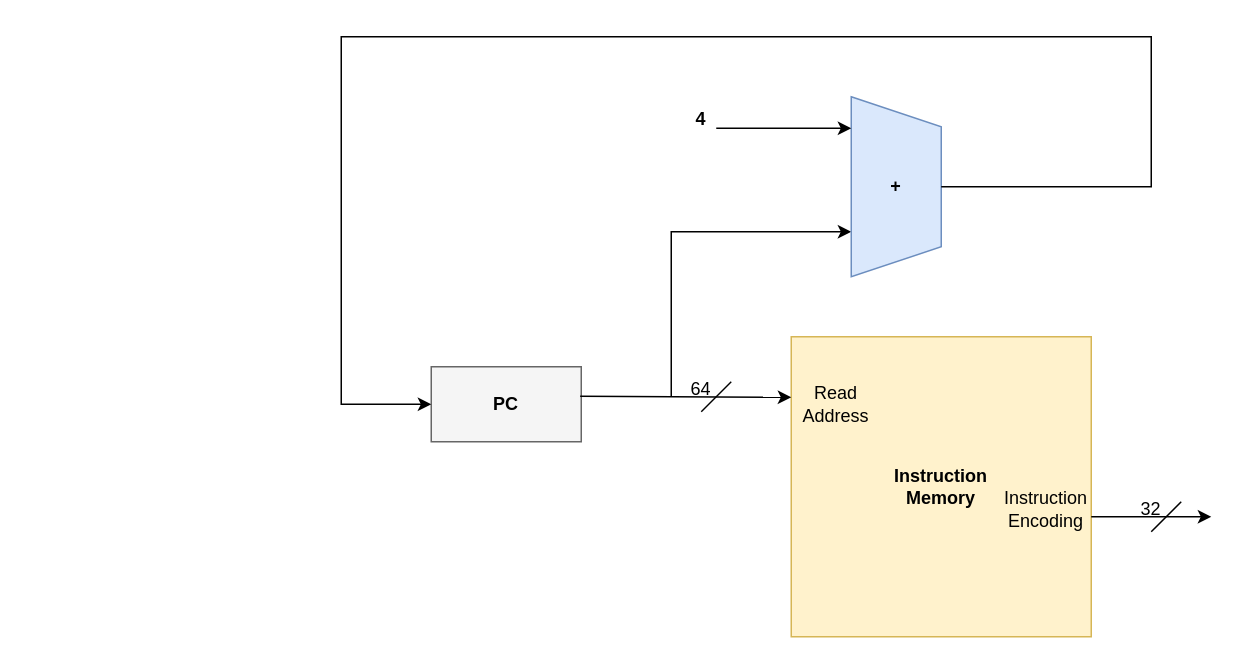
lorenzocarrano/ISA_2021_Group21_Labs keeps this draw.io diagram as LAB3/report/schematic/InstructionMemory_withProgramCounter.drawio. Above is the earlier version. Source tidied: cells renumbered, new cells numbered last; positions are measured from the earlier drawing's top-left corner, leaving out a move shared by most shapes. Both pictures are drawn from the tidied source at 150%, with x=0, y=0 at pixel (340, 36).
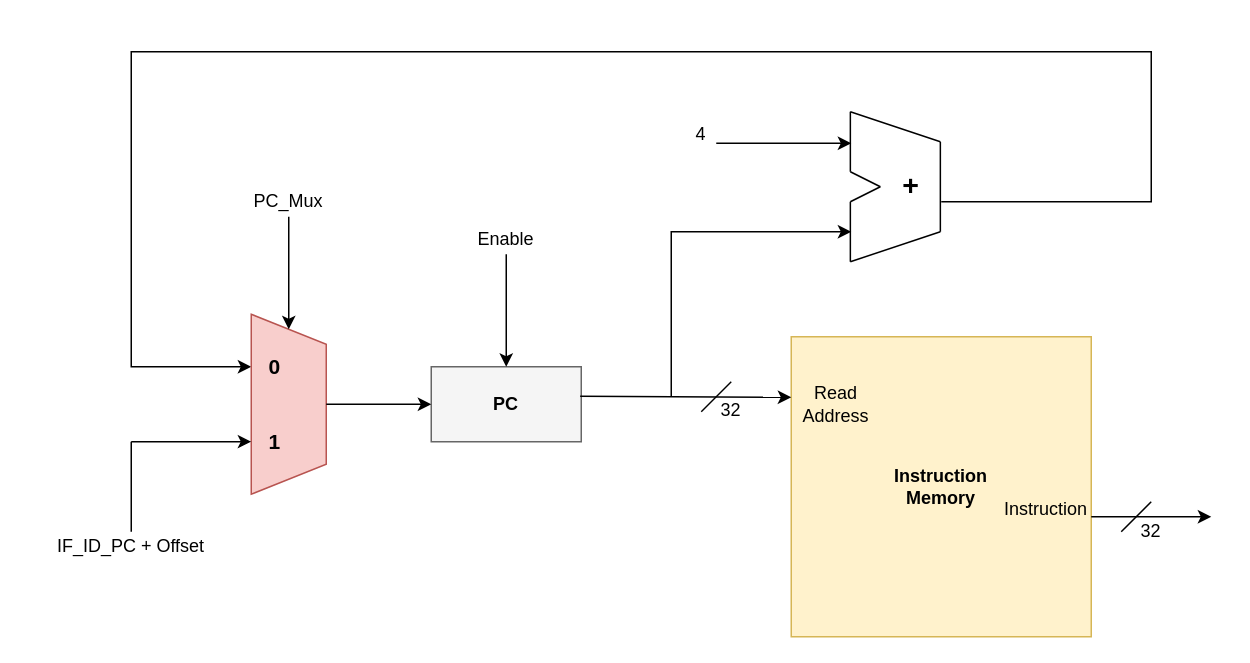
Above is the later version.

Unchanged cells that the change refers to:
```xml
<mxCell id="4" style="rounded=0;whiteSpace=wrap;html=1;fillColor=#f5f5f5;strokeColor=#666666;fontColor=#333333;" parent="1" vertex="1">
  <mxGeometry x="60" y="220" width="100" height="50" as="geometry" />
</mxCell>
```

Change to the diagram source:
```diff
@@
-    <mxCell id="7" value="Instruction Encoding" style="text;html=1;strokeColor=none;fillColor=none;align=center;verticalAlign=middle;whiteSpace=wrap;rounded=0;" parent="1" vertex="1">
+    <mxCell id="7" value="Instruction" style="text;html=1;strokeColor=none;fillColor=none;align=center;verticalAlign=middle;whiteSpace=wrap;rounded=0;" parent="1" vertex="1">
       <mxGeometry x="440" y="300" width="60" height="30" as="geometry" />
     </mxCell>
@@
     <mxCell id="9" style="endArrow=none;html=1;rounded=0;" parent="1" edge="1">
       <mxGeometry relative="1" as="geometry">
-        <mxPoint x="540" y="330" as="sourcePoint" />
-        <mxPoint x="560" y="310" as="targetPoint" />
+        <mxPoint x="520" y="330" as="sourcePoint" />
+        <mxPoint x="540" y="310" as="targetPoint" />
       </mxGeometry>
     </mxCell>
     <mxCell id="10" value="32" style="text;html=1;strokeColor=none;fillColor=none;align=center;verticalAlign=middle;whiteSpace=wrap;rounded=0;" parent="1" vertex="1">
-      <mxGeometry x="510" y="300" width="60" height="30" as="geometry" />
+      <mxGeometry x="510" y="315" width="60" height="30" as="geometry" />
     </mxCell>
-    <mxCell id="11" style="endArrow=classic;html=1;rounded=0;entryX=0.75;entryY=1;entryDx=0;entryDy=0;" parent="1" edge="1" target="13">
+    <mxCell id="11" style="endArrow=classic;html=1;rounded=0;entryX=0.75;entryY=1;entryDx=0;entryDy=0;" parent="1" edge="1">
       <mxGeometry relative="1" as="geometry">
         <mxPoint x="220" y="240" as="sourcePoint" />
+        <mxPoint x="340" y="130" as="targetPoint" />
         <Array as="points">
           <mxPoint x="220" y="130" />
         </Array>
       </mxGeometry>
     </mxCell>
@@
-    <mxCell id="13" value="&lt;b&gt;+&lt;/b&gt;" style="shape=trapezoid;perimeter=trapezoidPerimeter;whiteSpace=wrap;html=1;fixedSize=1;direction=south;fillColor=#dae8fc;strokeColor=#6c8ebf;" parent="1" vertex="1">
-      <mxGeometry x="340" y="40" width="60" height="120" as="geometry" />
-    </mxCell>
     <mxCell id="14" style="endArrow=classic;html=1;rounded=0;" parent="1" edge="1">
       <mxGeometry relative="1" as="geometry">
-        <mxPoint x="250" y="61" as="sourcePoint" />
-        <mxPoint x="340" y="61" as="targetPoint" />
+        <mxPoint x="250" y="71" as="sourcePoint" />
+        <mxPoint x="340" y="71" as="targetPoint" />
       </mxGeometry>
     </mxCell>
-    <mxCell id="15" value="&lt;b&gt;4&lt;/b&gt;" style="text;html=1;strokeColor=none;fillColor=none;align=center;verticalAlign=middle;whiteSpace=wrap;rounded=0;" parent="1" vertex="1">
-      <mxGeometry x="210" y="40" width="60" height="30" as="geometry" />
+    <mxCell id="15" value="&lt;span&gt;4&lt;/span&gt;" style="text;html=1;strokeColor=none;fillColor=none;align=center;verticalAlign=middle;whiteSpace=wrap;rounded=0;fontStyle=0;" parent="1" vertex="1">
+      <mxGeometry x="210" y="50" width="60" height="30" as="geometry" />
     </mxCell>
-    <mxCell id="16" style="endArrow=classic;html=1;rounded=0;exitX=0.5;exitY=0;exitDx=0;exitDy=0;entryX=0;entryY=0.5;entryDx=0;entryDy=0;" parent="1" edge="1" source="13" target="4">
+    <mxCell id="16" style="endArrow=classic;html=1;rounded=0;exitX=0.5;exitY=0;exitDx=0;exitDy=0;" parent="1" edge="1">
       <mxGeometry relative="1" as="geometry">
+        <mxPoint x="400" y="110" as="sourcePoint" />
+        <mxPoint x="-60" y="220" as="targetPoint" />
         <Array as="points">
-          <mxPoint x="540" y="100" />
-          <mxPoint x="540" />
-          <mxPoint x="60" />
-          <mxPoint />
-          <mxPoint y="245" />
+          <mxPoint x="540" y="110" />
+          <mxPoint x="540" y="10" />
+          <mxPoint x="60" y="10" />
+          <mxPoint x="-140" y="10" />
+          <mxPoint x="-140" y="130" />
+          <mxPoint x="-140" y="220" />
         </Array>
       </mxGeometry>
     </mxCell>
@@
-    <mxCell id="18" value="64" style="text;html=1;strokeColor=none;fillColor=none;align=center;verticalAlign=middle;whiteSpace=wrap;rounded=0;" parent="1" vertex="1">
-      <mxGeometry x="210" y="220" width="60" height="30" as="geometry" />
+    <mxCell id="18" value="32" style="text;html=1;strokeColor=none;fillColor=none;align=center;verticalAlign=middle;whiteSpace=wrap;rounded=0;" parent="1" vertex="1">
+      <mxGeometry x="230" y="234" width="60" height="30" as="geometry" />
     </mxCell>
+    <mxCell id="19" style="shape=trapezoid;perimeter=trapezoidPerimeter;whiteSpace=wrap;html=1;fixedSize=1;direction=south;fillColor=#f8cecc;strokeColor=#b85450;" parent="1" vertex="1">
+      <mxGeometry x="-60" y="185" width="50" height="120" as="geometry" />
+    </mxCell>
+    <mxCell id="20" style="endArrow=classic;html=1;rounded=0;exitX=0.5;exitY=0;exitDx=0;exitDy=0;entryX=0;entryY=0.5;entryDx=0;entryDy=0;" parent="1" edge="1" source="19" target="4">
+      <mxGeometry relative="1" as="geometry" />
+    </mxCell>
+    <mxCell id="21" style="endArrow=classic;html=1;entryX=0;entryY=0.5;entryDx=0;entryDy=0;exitX=0.5;exitY=1;exitDx=0;exitDy=0;" parent="1" edge="1" source="22" target="19">
+      <mxGeometry relative="1" as="geometry" />
+    </mxCell>
+    <mxCell id="22" value="PC_Mux" style="text;html=1;strokeColor=none;fillColor=none;align=center;verticalAlign=middle;whiteSpace=wrap;rounded=0;" parent="1" vertex="1">
+      <mxGeometry x="-55" y="100" width="40" height="20" as="geometry" />
+    </mxCell>
+    <mxCell id="23" style="endArrow=none;html=1;" parent="1" edge="1">
+      <mxGeometry relative="1" as="geometry">
+        <mxPoint x="-140" y="330" as="sourcePoint" />
+        <mxPoint x="-140" y="270" as="targetPoint" />
+        <Array as="points">
+          <mxPoint x="-140" y="320" />
+        </Array>
+      </mxGeometry>
+    </mxCell>
+    <mxCell id="24" style="endArrow=classic;html=1;entryX=0.708;entryY=1;entryDx=0;entryDy=0;entryPerimeter=0;" parent="1" edge="1" target="19">
+      <mxGeometry relative="1" as="geometry">
+        <mxPoint x="-140" y="270" as="sourcePoint" />
+      </mxGeometry>
+    </mxCell>
+    <mxCell id="25" value="IF_ID_PC + Offset" style="text;html=1;strokeColor=none;fillColor=none;align=center;verticalAlign=middle;whiteSpace=wrap;rounded=0;" parent="1" vertex="1">
+      <mxGeometry x="-210" y="330" width="140" height="20" as="geometry" />
+    </mxCell>
+    <mxCell id="26" style="endArrow=classic;html=1;entryX=0;entryY=0.5;entryDx=0;entryDy=0;" parent="1" edge="1">
+      <mxGeometry relative="1" as="geometry">
+        <mxPoint x="110" y="145" as="sourcePoint" />
+        <mxPoint x="110" y="220" as="targetPoint" />
+      </mxGeometry>
+    </mxCell>
+    <mxCell id="27" value="Enable" style="text;html=1;strokeColor=none;fillColor=none;align=center;verticalAlign=middle;whiteSpace=wrap;rounded=0;" parent="1" vertex="1">
+      <mxGeometry x="90" y="125" width="40" height="20" as="geometry" />
+    </mxCell>
+    <mxCell id="28" style="endArrow=none;html=1;" parent="1" edge="1">
+      <mxGeometry x="559.4" y="370" as="geometry">
+        <mxPoint x="339.4" y="150" as="sourcePoint" />
+        <mxPoint x="399.4" y="130" as="targetPoint" />
+      </mxGeometry>
+    </mxCell>
+    <mxCell id="29" style="endArrow=none;html=1;" parent="1" edge="1">
+      <mxGeometry x="559.4" y="370" as="geometry">
+        <mxPoint x="339.4" y="50" as="sourcePoint" />
+        <mxPoint x="399.4" y="70" as="targetPoint" />
+      </mxGeometry>
+    </mxCell>
+    <mxCell id="30" style="endArrow=none;html=1;" parent="1" edge="1">
+      <mxGeometry x="559.4" y="370" as="geometry">
+        <mxPoint x="399.4" y="130" as="sourcePoint" />
+        <mxPoint x="399.4" y="70" as="targetPoint" />
+      </mxGeometry>
+    </mxCell>
+    <mxCell id="31" style="endArrow=none;html=1;" parent="1" edge="1">
+      <mxGeometry x="559.4" y="370" as="geometry">
+        <mxPoint x="339.4" y="150" as="sourcePoint" />
+        <mxPoint x="339.4" y="110" as="targetPoint" />
+      </mxGeometry>
+    </mxCell>
+    <mxCell id="32" style="endArrow=none;html=1;" parent="1" edge="1">
+      <mxGeometry x="559.4" y="370" as="geometry">
+        <mxPoint x="339.4" y="90" as="sourcePoint" />
+        <mxPoint x="339.4" y="50" as="targetPoint" />
+      </mxGeometry>
+    </mxCell>
+    <mxCell id="33" style="endArrow=none;html=1;" parent="1" edge="1">
+      <mxGeometry x="559.4" y="370" as="geometry">
+        <mxPoint x="339.4" y="110" as="sourcePoint" />
+        <mxPoint x="359.4" y="100" as="targetPoint" />
+      </mxGeometry>
+    </mxCell>
+    <mxCell id="34" style="endArrow=none;html=1;" parent="1" edge="1">
+      <mxGeometry x="559.4" y="370" as="geometry">
+        <mxPoint x="339.4" y="90" as="sourcePoint" />
+        <mxPoint x="359.4" y="100" as="targetPoint" />
+      </mxGeometry>
+    </mxCell>
+    <mxCell id="13" value="&lt;font size=&quot;1&quot;&gt;&lt;b style=&quot;font-size: 19px&quot;&gt;+&lt;/b&gt;&lt;/font&gt;" style="text;html=1;strokeColor=none;fillColor=none;align=center;verticalAlign=middle;whiteSpace=wrap;rounded=0;" parent="1" vertex="1">
+      <mxGeometry x="360" y="90" width="40" height="20" as="geometry" />
+    </mxCell>
+    <mxCell id="35" value="0" style="text;html=1;strokeColor=none;fillColor=none;align=left;verticalAlign=middle;whiteSpace=wrap;rounded=0;fontSize=14;fontStyle=1;" parent="1" vertex="1">
+      <mxGeometry x="-50" y="210" width="40" height="20" as="geometry" />
+    </mxCell>
+    <mxCell id="36" value="1" style="text;html=1;strokeColor=none;fillColor=none;align=left;verticalAlign=middle;whiteSpace=wrap;rounded=0;fontSize=14;fontStyle=1;" parent="1" vertex="1">
+      <mxGeometry x="-50" y="260" width="40" height="20" as="geometry" />
+    </mxCell>
```
